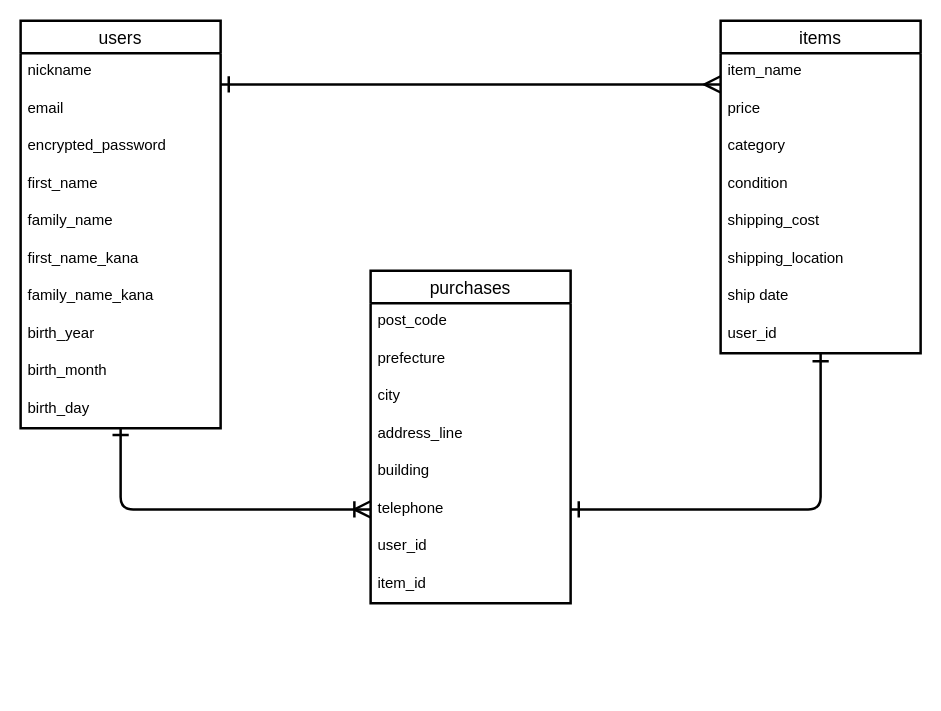
rynao/furima-37209 keeps this draw.io diagram as config/ER.dio. Above is the earlier version. Source tidied: cells renumbered, new cells numbered last; positions are measured from the earlier drawing's top-left corner, leaving out a move shared by most shapes. Both pictures are drawn from the tidied source at 125%, with x=0, y=0 at pixel (20, 20).
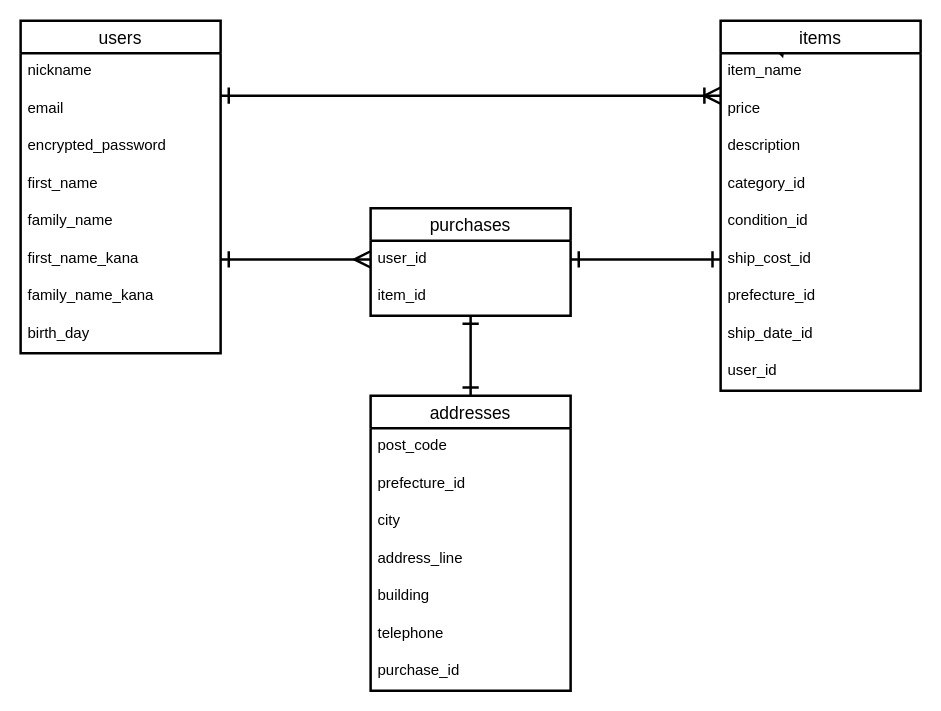
The same diagram, later.

Commit message (it also covers changes not shown here):
ER図およびREADMEの修正

Unchanged cells that the change refers to:
```xml
<mxCell id="8" value="first_name_kana" style="text;strokeColor=none;fillColor=none;spacingLeft=4;spacingRight=4;overflow=hidden;points=[[0,0.5],[1,0.5]];portConstraint=eastwest;fontSize=12;fontColor=#000000;" parent="2" vertex="1">
  <mxGeometry y="176" width="160" height="30" as="geometry" />
</mxCell>
<mxCell id="28" value="telephone" style="text;strokeColor=none;fillColor=none;spacingLeft=4;spacingRight=4;overflow=hidden;points=[[0,0.5],[1,0.5]];portConstraint=eastwest;fontSize=12;fontColor=#000000;" parent="22" vertex="1">
  <mxGeometry y="176" width="160" height="30" as="geometry" />
</mxCell>
```

Diff of the diagram source:
```diff
@@
     <mxCell id="2" value="users" style="swimlane;fontStyle=0;horizontal=1;startSize=26;align=center;fontSize=14;strokeColor=#000000;strokeWidth=2;" parent="1" vertex="1">
-      <mxGeometry width="160" height="326" as="geometry" />
+      <mxGeometry width="160" height="266" as="geometry" />
     </mxCell>
@@
-    <mxCell id="10" value="birth_year" style="text;strokeColor=none;fillColor=none;spacingLeft=4;spacingRight=4;overflow=hidden;fontSize=12;fontColor=#000000;" parent="2" vertex="1">
-      <mxGeometry y="236" width="160" height="30" as="geometry" />
-    </mxCell>
-    <mxCell id="11" value="birth_month" style="text;strokeColor=none;fillColor=none;spacingLeft=4;spacingRight=4;overflow=hidden;fontSize=12;fontColor=#000000;" parent="2" vertex="1">
-      <mxGeometry y="266" width="160" height="30" as="geometry" />
-    </mxCell>
     <mxCell id="12" value="birth_day" style="text;strokeColor=none;fillColor=none;spacingLeft=4;spacingRight=4;overflow=hidden;points=[[0,0.5],[1,0.5]];portConstraint=eastwest;fontSize=12;fontColor=#000000;" parent="2" vertex="1">
-      <mxGeometry y="296" width="160" height="30" as="geometry" />
+      <mxGeometry y="236" width="160" height="30" as="geometry" />
     </mxCell>
+    <mxCell id="34" style="edgeStyle=none;html=1;exitX=0.25;exitY=0;exitDx=0;exitDy=0;" parent="1" edge="1" source="13">
+      <mxGeometry relative="1" as="geometry">
+        <mxPoint x="610" y="30" as="targetPoint" />
+      </mxGeometry>
+    </mxCell>
     <mxCell id="13" value="items" style="swimlane;fontStyle=0;horizontal=1;startSize=26;align=center;fontSize=14;strokeColor=#000000;strokeWidth=2;" parent="1" vertex="1">
-      <mxGeometry x="560" width="160" height="266" as="geometry" />
+      <mxGeometry x="560" width="160" height="296" as="geometry" />
     </mxCell>
@@
+    <mxCell id="35" value="description" style="text;strokeColor=none;fillColor=none;spacingLeft=4;spacingRight=4;overflow=hidden;fontSize=12;fontColor=#000000;" parent="13" vertex="1">
+      <mxGeometry y="86" width="160" height="30" as="geometry" />
+    </mxCell>
-    <mxCell id="16" value="category" style="text;strokeColor=none;fillColor=none;spacingLeft=4;spacingRight=4;overflow=hidden;fontSize=12;fontColor=#000000;" parent="13" vertex="1">
-      <mxGeometry y="86" width="160" height="30" as="geometry" />
+    <mxCell id="16" value="category_id" style="text;strokeColor=none;fillColor=none;spacingLeft=4;spacingRight=4;overflow=hidden;fontSize=12;fontColor=#000000;" parent="13" vertex="1">
+      <mxGeometry y="116" width="160" height="30" as="geometry" />
     </mxCell>
-    <mxCell id="17" value="condition" style="text;strokeColor=none;fillColor=none;spacingLeft=4;spacingRight=4;overflow=hidden;fontSize=12;fontColor=#000000;" parent="13" vertex="1">
-      <mxGeometry y="116" width="160" height="30" as="geometry" />
+    <mxCell id="17" value="condition_id" style="text;strokeColor=none;fillColor=none;spacingLeft=4;spacingRight=4;overflow=hidden;fontSize=12;fontColor=#000000;" parent="13" vertex="1">
+      <mxGeometry y="146" width="160" height="30" as="geometry" />
     </mxCell>
-    <mxCell id="18" value="shipping_cost" style="text;strokeColor=none;fillColor=none;spacingLeft=4;spacingRight=4;overflow=hidden;points=[[0,0.5],[1,0.5]];portConstraint=eastwest;fontSize=12;fontColor=#000000;" parent="13" vertex="1">
-      <mxGeometry y="146" width="160" height="30" as="geometry" />
+    <mxCell id="18" value="ship_cost_id" style="text;strokeColor=none;fillColor=none;spacingLeft=4;spacingRight=4;overflow=hidden;points=[[0,0.5],[1,0.5]];portConstraint=eastwest;fontSize=12;fontColor=#000000;" parent="13" vertex="1">
+      <mxGeometry y="176" width="160" height="30" as="geometry" />
     </mxCell>
-    <mxCell id="19" value="shipping_location " style="text;strokeColor=none;fillColor=none;spacingLeft=4;spacingRight=4;overflow=hidden;fontSize=12;fontColor=#000000;" parent="13" vertex="1">
-      <mxGeometry y="176" width="160" height="30" as="geometry" />
+    <mxCell id="19" value="prefecture_id" style="text;strokeColor=none;fillColor=none;spacingLeft=4;spacingRight=4;overflow=hidden;fontSize=12;fontColor=#000000;" parent="13" vertex="1">
+      <mxGeometry y="206" width="160" height="30" as="geometry" />
     </mxCell>
-    <mxCell id="20" value="ship date" style="text;strokeColor=none;fillColor=none;spacingLeft=4;spacingRight=4;overflow=hidden;fontSize=12;fontColor=#000000;" parent="13" vertex="1">
-      <mxGeometry y="206" width="160" height="30" as="geometry" />
+    <mxCell id="20" value="ship_date_id" style="text;strokeColor=none;fillColor=none;spacingLeft=4;spacingRight=4;overflow=hidden;fontSize=12;fontColor=#000000;" parent="13" vertex="1">
+      <mxGeometry y="236" width="160" height="30" as="geometry" />
     </mxCell>
     <mxCell id="21" value="user_id" style="text;strokeColor=none;fillColor=none;spacingLeft=4;spacingRight=4;overflow=hidden;fontSize=12;fontColor=#000000;" parent="13" vertex="1">
-      <mxGeometry y="236" width="160" height="30" as="geometry" />
+      <mxGeometry y="266" width="160" height="30" as="geometry" />
     </mxCell>
-    <mxCell id="22" value="purchases" style="swimlane;fontStyle=0;horizontal=1;startSize=26;align=center;fontSize=14;strokeColor=#000000;strokeWidth=2;" parent="1" vertex="1">
-      <mxGeometry x="280" y="200" width="160" height="266" as="geometry" />
+    <mxCell id="22" value="addresses" style="swimlane;fontStyle=0;horizontal=1;startSize=26;align=center;fontSize=14;strokeColor=#000000;strokeWidth=2;" parent="1" vertex="1">
+      <mxGeometry x="280" y="300" width="160" height="236" as="geometry" />
     </mxCell>
@@
-    <mxCell id="24" value="prefecture" style="text;strokeColor=none;fillColor=none;spacingLeft=4;spacingRight=4;overflow=hidden;fontSize=12;fontColor=#000000;" parent="22" vertex="1">
+    <mxCell id="24" value="prefecture_id" style="text;strokeColor=none;fillColor=none;spacingLeft=4;spacingRight=4;overflow=hidden;fontSize=12;fontColor=#000000;" parent="22" vertex="1">
       <mxGeometry y="56" width="160" height="30" as="geometry" />
     </mxCell>
@@
-    <mxCell id="29" value="user_id" style="text;strokeColor=none;fillColor=none;spacingLeft=4;spacingRight=4;overflow=hidden;fontSize=12;fontColor=#000000;" parent="22" vertex="1">
+    <mxCell id="29" value="purchase_id" style="text;strokeColor=none;fillColor=none;spacingLeft=4;spacingRight=4;overflow=hidden;fontSize=12;fontColor=#000000;" parent="22" vertex="1">
       <mxGeometry y="206" width="160" height="30" as="geometry" />
     </mxCell>
+    <mxCell id="31" style="edgeStyle=none;html=1;entryX=0;entryY=0.5;entryDx=0;entryDy=0;endArrow=ERmany;endFill=0;startArrow=ERone;startFill=0;endSize=10;startSize=10;strokeWidth=2;strokeColor=#000000;exitX=1;exitY=0.5;exitDx=0;exitDy=0;" parent="1" edge="1" source="8" target="37">
+      <mxGeometry relative="1" as="geometry" />
+    </mxCell>
+    <mxCell id="33" style="edgeStyle=orthogonalEdgeStyle;html=1;exitX=0;exitY=0.5;exitDx=0;exitDy=0;entryX=1;entryY=0.5;entryDx=0;entryDy=0;startArrow=ERoneToMany;startFill=0;endArrow=ERone;endFill=0;strokeWidth=2;endSize=10;startSize=10;strokeColor=#000000;" parent="1" edge="1">
+      <mxGeometry relative="1" as="geometry">
+        <mxPoint x="560" y="60" as="sourcePoint" />
+        <mxPoint x="160" y="60" as="targetPoint" />
+      </mxGeometry>
+    </mxCell>
+    <mxCell id="36" value="purchases" style="swimlane;fontStyle=0;horizontal=1;startSize=26;align=center;fontSize=14;strokeColor=#000000;strokeWidth=2;" parent="1" vertex="1">
+      <mxGeometry x="280" y="150" width="160" height="86" as="geometry" />
+    </mxCell>
+    <mxCell id="37" value="user_id" style="text;strokeColor=none;fillColor=none;spacingLeft=4;spacingRight=4;overflow=hidden;points=[[0,0.5],[1,0.5]];portConstraint=eastwest;fontSize=12;fontColor=#000000;" parent="36" vertex="1">
+      <mxGeometry y="26" width="160" height="30" as="geometry" />
+    </mxCell>
-    <mxCell id="30" value="item_id" style="text;strokeColor=none;fillColor=none;spacingLeft=4;spacingRight=4;overflow=hidden;fontSize=12;fontColor=#000000;" parent="22" vertex="1">
-      <mxGeometry y="236" width="160" height="30" as="geometry" />
+    <mxCell id="30" value="item_id" style="text;strokeColor=none;fillColor=none;spacingLeft=4;spacingRight=4;overflow=hidden;fontSize=12;fontColor=#000000;" parent="36" vertex="1">
+      <mxGeometry y="56" width="160" height="30" as="geometry" />
     </mxCell>
-    <mxCell id="31" style="edgeStyle=none;html=1;exitX=1;exitY=0.5;exitDx=0;exitDy=0;entryX=0;entryY=0.5;entryDx=0;entryDy=0;endArrow=ERmany;endFill=0;startArrow=ERone;startFill=0;endSize=10;startSize=10;strokeWidth=2;strokeColor=#000000;" parent="1" edge="1">
-      <mxGeometry relative="1" as="geometry">
-        <mxPoint x="160" y="51" as="sourcePoint" />
-        <mxPoint x="560" y="51" as="targetPoint" />
-      </mxGeometry>
-    </mxCell>
-    <mxCell id="32" style="edgeStyle=orthogonalEdgeStyle;html=1;exitX=1;exitY=0.5;exitDx=0;exitDy=0;entryX=0.5;entryY=1;entryDx=0;entryDy=0;startArrow=ERone;startFill=0;endArrow=ERone;endFill=0;strokeWidth=2;endSize=10;startSize=10;strokeColor=#000000;" parent="1" edge="1" source="28" target="13">
-      <mxGeometry relative="1" as="geometry" />
-    </mxCell>
-    <mxCell id="33" style="edgeStyle=orthogonalEdgeStyle;html=1;exitX=0;exitY=0.5;exitDx=0;exitDy=0;entryX=0.5;entryY=0.967;entryDx=0;entryDy=0;entryPerimeter=0;startArrow=ERoneToMany;startFill=0;endArrow=ERone;endFill=0;strokeWidth=2;endSize=10;startSize=10;strokeColor=#000000;" parent="1" edge="1" source="28" target="12">
-      <mxGeometry relative="1" as="geometry" />
-    </mxCell>
+    <mxCell id="38" style="edgeStyle=orthogonalEdgeStyle;html=1;exitX=0.5;exitY=0;exitDx=0;exitDy=0;startArrow=ERone;startFill=0;endArrow=ERone;endFill=0;strokeWidth=2;endSize=10;startSize=10;strokeColor=#000000;" parent="1" edge="1" source="22" target="36">
+      <mxGeometry relative="1" as="geometry" />
+    </mxCell>
+    <mxCell id="39" style="edgeStyle=none;html=1;endArrow=ERone;endFill=0;startArrow=ERone;startFill=0;endSize=10;startSize=10;strokeWidth=2;strokeColor=#000000;exitX=0;exitY=0.5;exitDx=0;exitDy=0;entryX=1;entryY=0.5;entryDx=0;entryDy=0;" parent="1" edge="1" source="18" target="37">
+      <mxGeometry relative="1" as="geometry" />
+    </mxCell>
```
